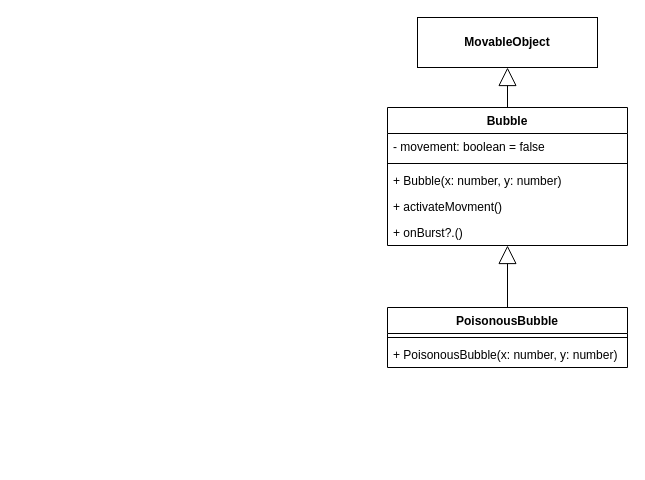
This is docs/issue/29-diagram.drawio from elma1989/sharkie, a draw.io file, before an edit. Source tidied: cells renumbered, new cells numbered last; positions are measured from the earlier drawing's top-left corner, leaving out a move shared by most shapes. Both pictures are drawn from the tidied source at 100%, with x=0, y=0 at pixel (387, 17).
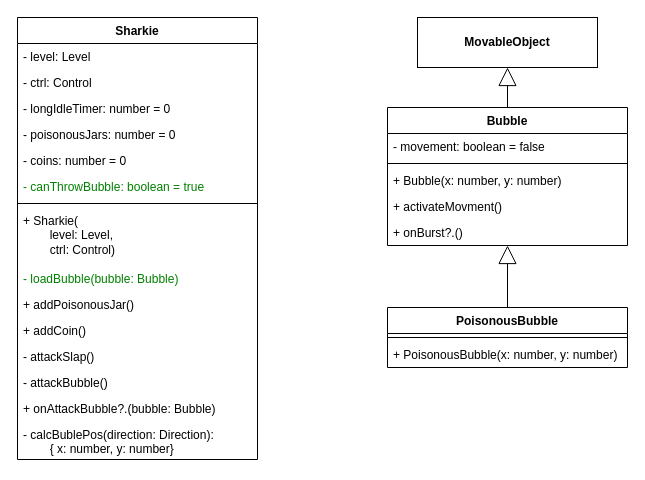
The same diagram, later.

Commit message (it also covers changes not shown here):
doc: Docmentation Poisonous Bubble

Change to the diagram source:
```diff
@@
+    <mxCell id="14" value="Sharkie" style="swimlane;fontStyle=1;align=center;verticalAlign=top;horizontal=1;startSize=26;whiteSpace=wrap;html=1;" parent="1" vertex="1">
+      <mxGeometry x="-370" width="240" height="442" as="geometry" />
+    </mxCell>
+    <mxCell id="15" value="- level: Level" style="text;strokeColor=none;fillColor=none;align=left;verticalAlign=top;spacingLeft=4;spacingRight=4;overflow=hidden;whiteSpace=wrap;html=1;" parent="14" vertex="1">
+      <mxGeometry y="26" width="240" height="26" as="geometry" />
+    </mxCell>
+    <mxCell id="16" value="- ctrl: Control" style="text;strokeColor=none;fillColor=none;align=left;verticalAlign=top;spacingLeft=4;spacingRight=4;overflow=hidden;whiteSpace=wrap;html=1;" parent="14" vertex="1">
+      <mxGeometry y="52" width="240" height="26" as="geometry" />
+    </mxCell>
+    <mxCell id="17" value="- longIdleTimer: number = 0" style="text;strokeColor=none;fillColor=none;align=left;verticalAlign=top;spacingLeft=4;spacingRight=4;overflow=hidden;whiteSpace=wrap;html=1;" parent="14" vertex="1">
+      <mxGeometry y="78" width="240" height="26" as="geometry" />
+    </mxCell>
+    <mxCell id="18" value="- poisonousJars: number = 0" style="text;strokeColor=none;fillColor=none;align=left;verticalAlign=top;spacingLeft=4;spacingRight=4;overflow=hidden;whiteSpace=wrap;html=1;fontColor=default;" parent="14" vertex="1">
+      <mxGeometry y="104" width="240" height="26" as="geometry" />
+    </mxCell>
+    <mxCell id="19" value="- coins: number = 0" style="text;strokeColor=none;fillColor=none;align=left;verticalAlign=top;spacingLeft=4;spacingRight=4;overflow=hidden;whiteSpace=wrap;html=1;fontColor=default;" parent="14" vertex="1">
+      <mxGeometry y="130" width="240" height="26" as="geometry" />
+    </mxCell>
+    <mxCell id="20" value="- canThrowBubble: boolean = true" style="text;strokeColor=none;fillColor=none;align=left;verticalAlign=top;spacingLeft=4;spacingRight=4;overflow=hidden;whiteSpace=wrap;html=1;fontColor=light-dark(#008000,#80FF80);" parent="14" vertex="1">
+      <mxGeometry y="156" width="240" height="26" as="geometry" />
+    </mxCell>
+    <mxCell id="21" style="line;strokeWidth=1;fillColor=none;align=left;verticalAlign=middle;spacingTop=-1;spacingLeft=3;spacingRight=3;labelPosition=right;strokeColor=inherit;" parent="14" vertex="1">
+      <mxGeometry y="182" width="240" height="8" as="geometry" />
+    </mxCell>
+    <mxCell id="22" value="+ Sharkie(&lt;div&gt;&lt;span style=&quot;white-space: pre;&quot;&gt;&#9;&lt;/span&gt;level: Level,&lt;br&gt;&lt;/div&gt;&lt;div&gt;&lt;span style=&quot;white-space: pre;&quot;&gt;&#9;&lt;/span&gt;ctrl: Control)&lt;br&gt;&lt;/div&gt;" style="text;strokeColor=none;fillColor=none;align=left;verticalAlign=top;spacingLeft=4;spacingRight=4;overflow=hidden;whiteSpace=wrap;html=1;" parent="14" vertex="1">
+      <mxGeometry y="190" width="240" height="58" as="geometry" />
+    </mxCell>
+    <mxCell id="23" value="- loadBubble(bubble: Bubble)" style="text;strokeColor=none;fillColor=none;align=left;verticalAlign=top;spacingLeft=4;spacingRight=4;overflow=hidden;whiteSpace=wrap;html=1;fontColor=light-dark(#008000,#80FF80);" parent="14" vertex="1">
+      <mxGeometry y="248" width="240" height="26" as="geometry" />
+    </mxCell>
+    <mxCell id="24" value="+ addPoisonousJar()" style="text;strokeColor=none;fillColor=none;align=left;verticalAlign=top;spacingLeft=4;spacingRight=4;overflow=hidden;whiteSpace=wrap;html=1;fontColor=default;" parent="14" vertex="1">
+      <mxGeometry y="274" width="240" height="26" as="geometry" />
+    </mxCell>
+    <mxCell id="25" value="+ addCoin()" style="text;strokeColor=none;fillColor=none;align=left;verticalAlign=top;spacingLeft=4;spacingRight=4;overflow=hidden;whiteSpace=wrap;html=1;fontColor=default;" parent="14" vertex="1">
+      <mxGeometry y="300" width="240" height="26" as="geometry" />
+    </mxCell>
+    <mxCell id="26" value="- attackSlap()" style="text;strokeColor=none;fillColor=none;align=left;verticalAlign=top;spacingLeft=4;spacingRight=4;overflow=hidden;whiteSpace=wrap;html=1;fontColor=default;" parent="14" vertex="1">
+      <mxGeometry y="326" width="240" height="26" as="geometry" />
+    </mxCell>
+    <mxCell id="27" value="- attackBubble()" style="text;strokeColor=none;fillColor=none;align=left;verticalAlign=top;spacingLeft=4;spacingRight=4;overflow=hidden;whiteSpace=wrap;html=1;fontColor=default;" parent="14" vertex="1">
+      <mxGeometry y="352" width="240" height="26" as="geometry" />
+    </mxCell>
+    <mxCell id="28" value="+ onAttackBubble?.(bubble: Bubble)" style="text;strokeColor=none;fillColor=none;align=left;verticalAlign=top;spacingLeft=4;spacingRight=4;overflow=hidden;whiteSpace=wrap;html=1;fontColor=default;" parent="14" vertex="1">
+      <mxGeometry y="378" width="240" height="26" as="geometry" />
+    </mxCell>
+    <mxCell id="29" value="- calcBublePos(direction: Direction):&lt;div&gt;&lt;span style=&quot;white-space: pre;&quot;&gt;&#9;&lt;/span&gt;{ x: number, y: number}&lt;br&gt;&lt;/div&gt;" style="text;strokeColor=none;fillColor=none;align=left;verticalAlign=top;spacingLeft=4;spacingRight=4;overflow=hidden;whiteSpace=wrap;html=1;fontColor=default;" parent="14" vertex="1">
+      <mxGeometry y="404" width="240" height="38" as="geometry" />
+    </mxCell>
```
